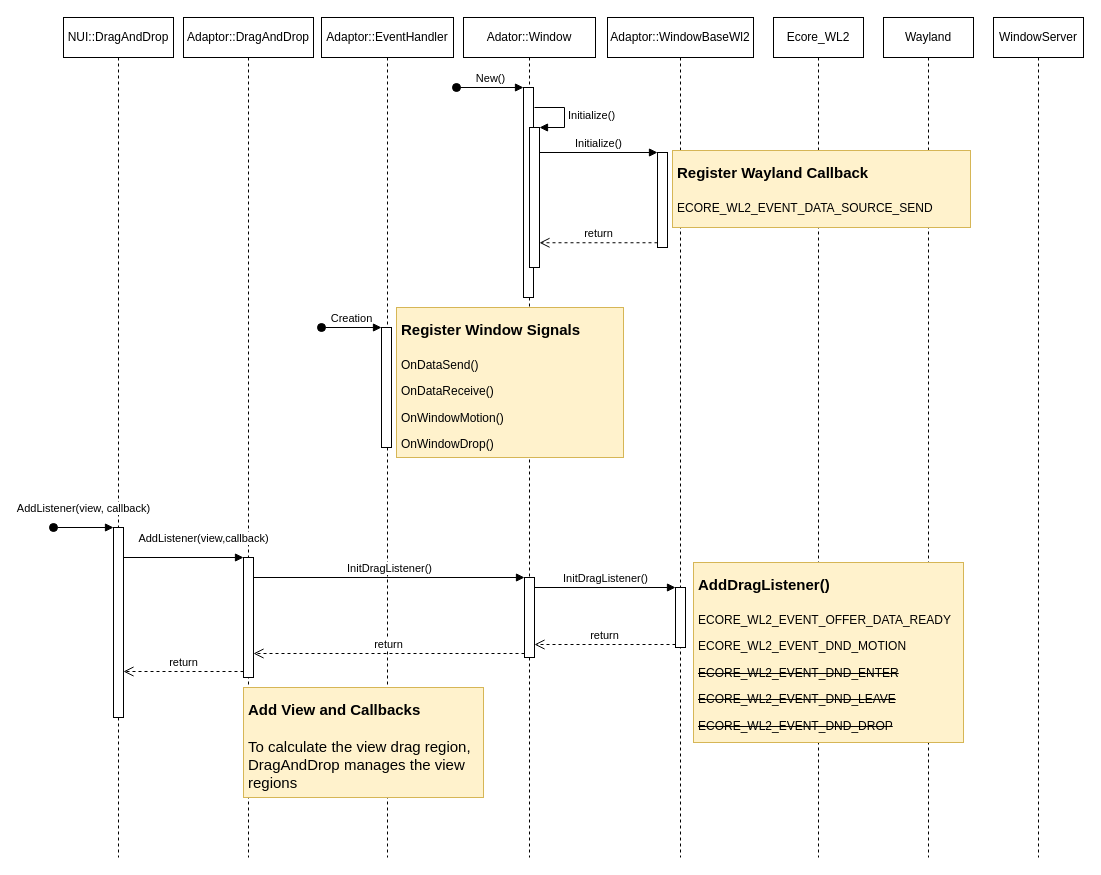
Earlier version of the draw.io diagram page "Page-8" (8 of 10) of Untitled Diagram.drawio (taehyub/drawio). Source tidied: cells renumbered, new cells numbered last; positions are measured from the earlier drawing's top-left corner, leaving out a move shared by most shapes. Both pictures are drawn from the tidied source at 100%, with x=0, y=0 at pixel (53, 17).
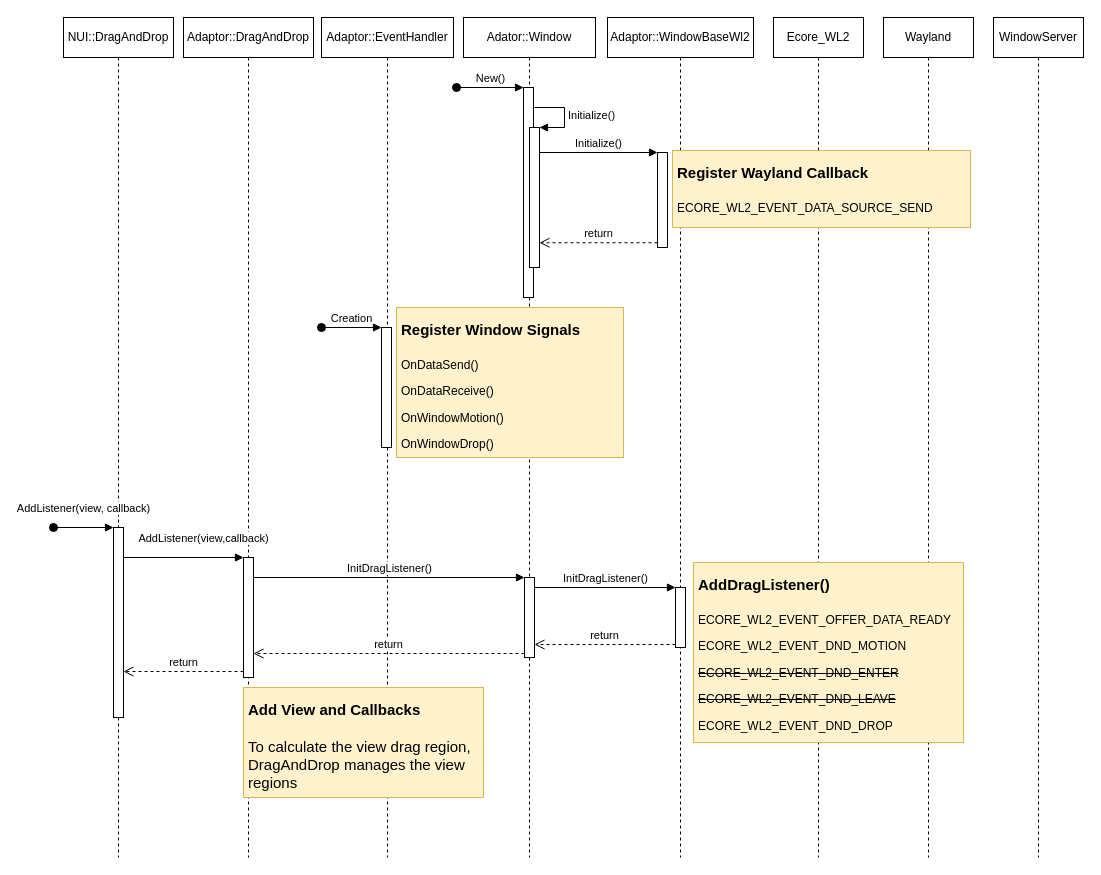
After the change.

What changed in the source:
```diff
@@
-    <mxCell id="30" value="&lt;h1&gt;&lt;font style=&quot;font-size: 15px&quot;&gt;AddDragListener()&lt;br&gt;&lt;/font&gt;&lt;/h1&gt;&lt;p&gt;&lt;span&gt;ECORE_WL2_EVENT_OFFER_DATA_READY&lt;br&gt;&lt;/span&gt;&lt;/p&gt;&lt;p&gt;&lt;span&gt;ECORE_WL2_EVENT_DND_MOTION&lt;br&gt;&lt;/span&gt;&lt;/p&gt;&lt;p&gt;&lt;strike&gt;ECORE_WL2_EVENT_DND_ENTER&lt;/strike&gt;&lt;br&gt;&lt;/p&gt;&lt;p&gt;&lt;strike&gt;ECORE_WL2_EVENT_DND_LEAVE&lt;/strike&gt;&lt;br&gt;&lt;/p&gt;&lt;p&gt;&lt;strike&gt;ECORE_WL2_EVENT_DND_DROP&lt;/strike&gt;&lt;br&gt;&lt;/p&gt;" style="text;html=1;strokeColor=#d6b656;fillColor=#fff2cc;spacing=5;spacingTop=-20;whiteSpace=wrap;overflow=hidden;rounded=0;hachureGap=4;" parent="1" vertex="1">
+    <mxCell id="30" value="&lt;h1&gt;&lt;font style=&quot;font-size: 15px&quot;&gt;AddDragListener()&lt;br&gt;&lt;/font&gt;&lt;/h1&gt;&lt;p&gt;&lt;span&gt;ECORE_WL2_EVENT_OFFER_DATA_READY&lt;br&gt;&lt;/span&gt;&lt;/p&gt;&lt;p&gt;&lt;span&gt;ECORE_WL2_EVENT_DND_MOTION&lt;br&gt;&lt;/span&gt;&lt;/p&gt;&lt;p&gt;&lt;strike&gt;ECORE_WL2_EVENT_DND_ENTER&lt;/strike&gt;&lt;br&gt;&lt;/p&gt;&lt;p&gt;&lt;strike&gt;ECORE_WL2_EVENT_DND_LEAVE&lt;/strike&gt;&lt;br&gt;&lt;/p&gt;&lt;p&gt;ECORE_WL2_EVENT_DND_DROP&lt;br&gt;&lt;/p&gt;" style="text;html=1;strokeColor=#d6b656;fillColor=#fff2cc;spacing=5;spacingTop=-20;whiteSpace=wrap;overflow=hidden;rounded=0;hachureGap=4;" parent="1" vertex="1">
       <mxGeometry x="640" y="545" width="270" height="180" as="geometry" />
     </mxCell>
```
